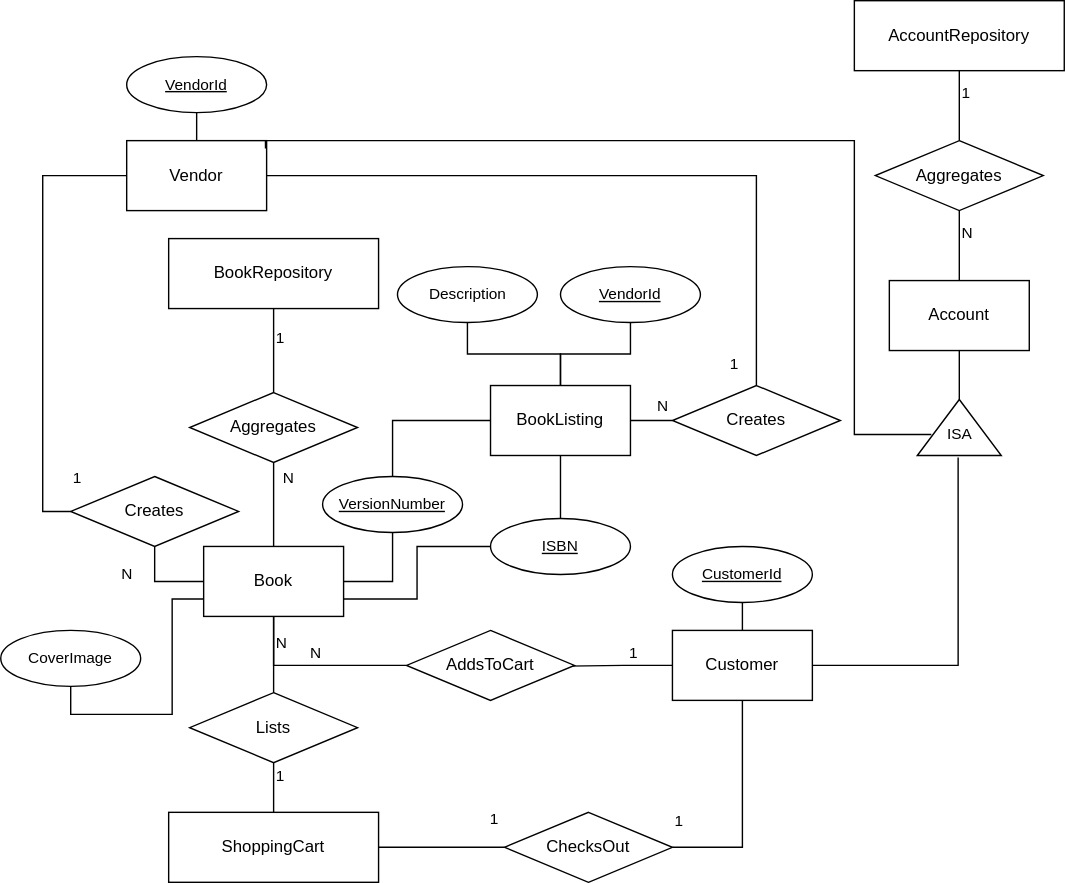
mfurqan26/SYSC4806_Project keeps this draw.io diagram as docs/er_diagram.svg. Above is the earlier version. Source tidied: cells renumbered, new cells last; positions are measured from the earlier drawing's top-left corner, leaving out a move shared by most shapes.
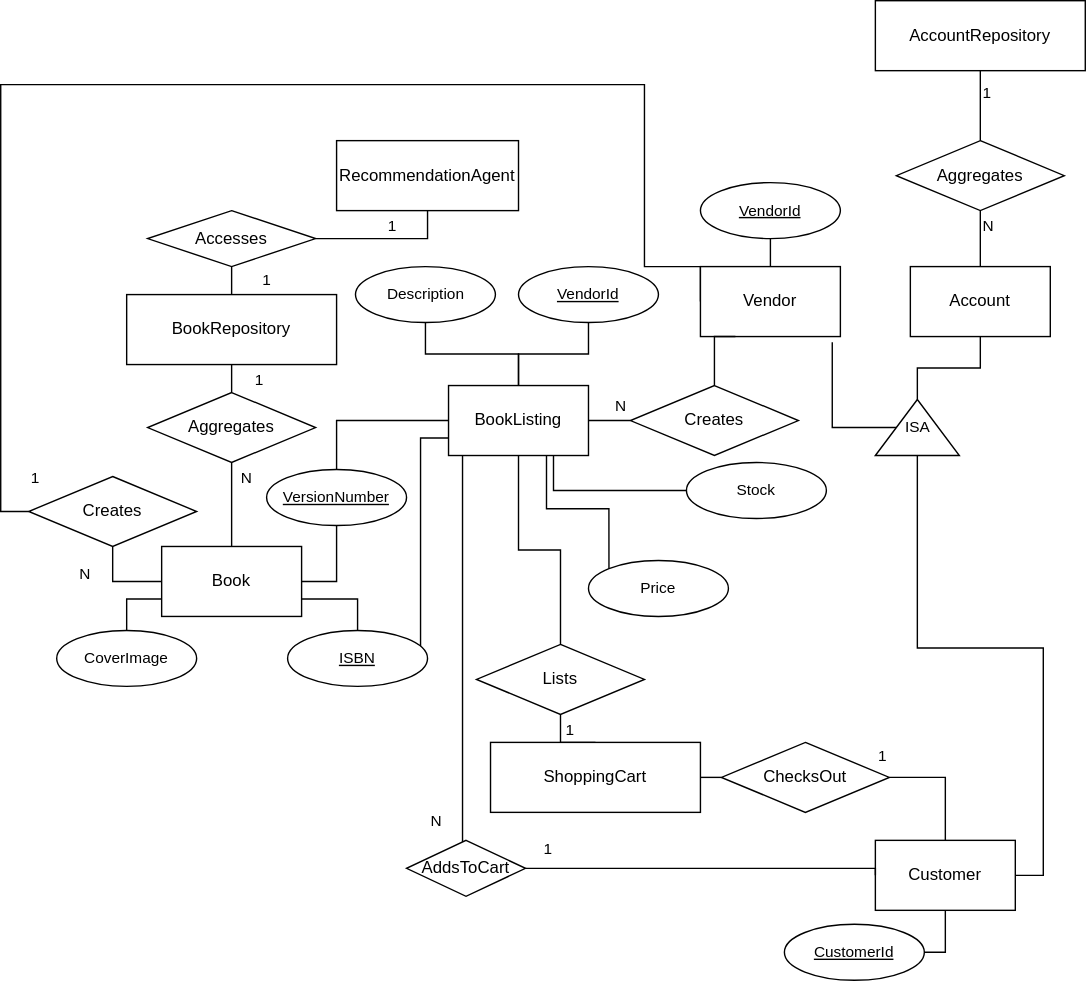
After the commit.

What changed in the source:
```diff
@@ -8,3 +8,3 @@
     <mxCell id="3" value="Aggregates" style="shape=rhombus;html=1;dashed=0;whiteSpace=wrap;perimeter=rhombusPerimeter;" parent="1" vertex="1">
-      <mxGeometry x="625" y="100" width="120" height="50" as="geometry" />
+      <mxGeometry x="670" y="100" width="120" height="50" as="geometry" />
     </mxCell>
@@ -14,3 +14,3 @@
     <mxCell id="5" value="Account" style="html=1;dashed=0;whiteSpace=wrap;" parent="1" vertex="1">
-      <mxGeometry x="635" y="200" width="100" height="50" as="geometry" />
+      <mxGeometry x="680" y="190" width="100" height="50" as="geometry" />
     </mxCell>
@@ -20,3 +20,3 @@
     <mxCell id="7" value="AccountRepository" style="html=1;dashed=0;whiteSpace=wrap;" parent="1" vertex="1">
-      <mxGeometry x="610" width="150" height="50" as="geometry" />
+      <mxGeometry x="655" width="150" height="50" as="geometry" />
     </mxCell>
@@ -28,5 +28,2 @@
     </mxCell>
-    <mxCell id="10" value="N" style="edgeStyle=orthogonalEdgeStyle;shape=connector;rounded=0;jettySize=auto;html=1;exitX=0.5;exitY=1;exitDx=0;exitDy=0;entryX=0.5;entryY=0;entryDx=0;entryDy=0;labelBackgroundColor=default;strokeColor=default;fontFamily=Helvetica;fontSize=11;fontColor=default;endArrow=none;endFill=0;labelPosition=right;verticalLabelPosition=top;align=left;verticalAlign=bottom;" parent="1" edge="1" source="13" target="20">
-      <mxGeometry relative="1" as="geometry" />
-    </mxCell>
     <mxCell id="11" style="edgeStyle=orthogonalEdgeStyle;shape=connector;rounded=0;jettySize=auto;html=1;exitX=1;exitY=0.5;exitDx=0;exitDy=0;labelBackgroundColor=default;strokeColor=default;fontFamily=Helvetica;fontSize=11;fontColor=default;endArrow=none;endFill=0;entryX=0.5;entryY=1;entryDx=0;entryDy=0;" parent="1" edge="1" source="13" target="32">
@@ -41,6 +38,6 @@
     <mxCell id="14" value="1" style="edgeStyle=orthogonalEdgeStyle;rounded=0;jettySize=auto;html=1;exitX=0.5;exitY=1;exitDx=0;exitDy=0;endArrow=none;endFill=0;entryX=0.5;entryY=0;entryDx=0;entryDy=0;labelPosition=right;verticalLabelPosition=top;align=left;verticalAlign=bottom;" parent="1" edge="1" source="15" target="9">
-      <mxGeometry relative="1" as="geometry" />
+      <mxGeometry x="1" y="15" relative="1" as="geometry" />
     </mxCell>
     <mxCell id="15" value="BookRepository" style="html=1;dashed=0;whiteSpace=wrap;" parent="1" vertex="1">
-      <mxGeometry x="120" y="170" width="150" height="50" as="geometry" />
+      <mxGeometry x="120" y="210" width="150" height="50" as="geometry" />
     </mxCell>
@@ -54,3 +51,3 @@
       <mxGeometry x="0.38" relative="1" as="geometry">
-        <mxPoint x="15" y="-12" as="offset" />
+        <mxPoint x="64" y="-5" as="offset" />
       </mxGeometry>
@@ -58,17 +55,8 @@
     <mxCell id="19" value="ShoppingCart" style="html=1;dashed=0;whiteSpace=wrap;" parent="1" vertex="1">
-      <mxGeometry x="120" y="580" width="150" height="50" as="geometry" />
+      <mxGeometry x="380" y="530" width="150" height="50" as="geometry" />
     </mxCell>
     <mxCell id="20" value="Lists" style="shape=rhombus;html=1;dashed=0;whiteSpace=wrap;perimeter=rhombusPerimeter;" parent="1" vertex="1">
-      <mxGeometry x="135" y="494.5" width="120" height="50" as="geometry" />
+      <mxGeometry x="370" y="460" width="120" height="50" as="geometry" />
     </mxCell>
-    <mxCell id="21" style="edgeStyle=orthogonalEdgeStyle;shape=connector;rounded=0;jettySize=auto;html=1;exitX=0;exitY=0.5;exitDx=0;exitDy=0;entryX=0.958;entryY=0.51;entryDx=0;entryDy=0;entryPerimeter=0;labelBackgroundColor=default;strokeColor=default;fontFamily=Helvetica;fontSize=11;fontColor=default;endArrow=none;endFill=0;" parent="1" edge="1" source="25" target="27">
-      <mxGeometry relative="1" as="geometry" />
-    </mxCell>
-    <mxCell id="22" value="1" style="edgeLabel;html=1;align=center;verticalAlign=bottom;fontSize=11;fontFamily=Helvetica;fontColor=default;labelPosition=center;verticalLabelPosition=top;" parent="21" vertex="1">
-      <mxGeometry x="-0.26" y="-1" relative="1" as="geometry" />
-    </mxCell>
-    <mxCell id="23" style="edgeStyle=orthogonalEdgeStyle;shape=connector;rounded=0;jettySize=auto;html=1;entryX=0.5;entryY=1;entryDx=0;entryDy=0;labelBackgroundColor=default;strokeColor=default;fontFamily=Helvetica;fontSize=11;fontColor=default;endArrow=none;endFill=0;" parent="1" edge="1" source="25" target="49">
-      <mxGeometry relative="1" as="geometry" />
-    </mxCell>
-    <mxCell id="24" style="edgeStyle=orthogonalEdgeStyle;shape=connector;rounded=0;jettySize=auto;html=1;exitX=1;exitY=0.5;exitDx=0;exitDy=0;entryX=0.479;entryY=1.05;entryDx=0;entryDy=0;entryPerimeter=0;labelBackgroundColor=default;strokeColor=default;fontFamily=Helvetica;fontSize=11;fontColor=default;endArrow=none;endFill=0;" parent="1" edge="1" source="25" target="55">
+    <mxCell id="24" style="edgeStyle=orthogonalEdgeStyle;shape=connector;rounded=0;jettySize=auto;html=1;exitX=1;exitY=0.5;exitDx=0;exitDy=0;labelBackgroundColor=default;strokeColor=default;fontFamily=Helvetica;fontSize=11;fontColor=default;endArrow=none;endFill=0;entryX=0;entryY=0.5;entryDx=0;entryDy=0;" parent="1" edge="1" source="25" target="53">
       <mxGeometry relative="1" as="geometry" />
@@ -76,28 +64,54 @@
     <mxCell id="25" value="Customer" style="html=1;dashed=0;whiteSpace=wrap;" parent="1" vertex="1">
-      <mxGeometry x="480" y="450" width="100" height="50" as="geometry" />
+      <mxGeometry x="655" y="600" width="100" height="50" as="geometry" />
     </mxCell>
-    <mxCell id="26" value="N" style="edgeStyle=orthogonalEdgeStyle;shape=connector;rounded=0;jettySize=auto;html=1;exitX=0;exitY=0.5;exitDx=0;exitDy=0;labelBackgroundColor=default;strokeColor=default;fontFamily=Helvetica;fontSize=11;fontColor=default;endArrow=none;endFill=0;labelPosition=center;verticalLabelPosition=top;align=center;verticalAlign=bottom;" parent="1" edge="1" source="27" target="13">
-      <mxGeometry relative="1" as="geometry" />
-    </mxCell>
+    <mxCell id="56" style="edgeStyle=orthogonalEdgeStyle;shape=connector;rounded=0;jettySize=auto;html=1;entryX=0;entryY=0.5;entryDx=0;entryDy=0;labelBackgroundColor=default;strokeColor=default;fontFamily=Helvetica;fontSize=11;fontColor=default;endArrow=none;endFill=0;" parent="1" edge="1" source="27" target="25">
+      <mxGeometry relative="1" as="geometry">
+        <Array as="points">
+          <mxPoint x="655" y="620" />
+        </Array>
+      </mxGeometry>
+    </mxCell>
+    <mxCell id="47" value="1" style="edgeLabel;html=1;align=center;verticalAlign=middle;fontSize=11;fontFamily=Helvetica;fontColor=default;" parent="56" vertex="1">
+      <mxGeometry x="-0.65" y="3" relative="1" as="geometry">
+        <mxPoint x="-29" y="-12" as="offset" />
+      </mxGeometry>
+    </mxCell>
+    <mxCell id="57" style="edgeStyle=orthogonalEdgeStyle;shape=connector;rounded=0;jettySize=auto;html=1;entryX=0.058;entryY=1.013;entryDx=0;entryDy=0;entryPerimeter=0;labelBackgroundColor=default;strokeColor=default;fontFamily=Helvetica;fontSize=11;fontColor=default;endArrow=none;endFill=0;" parent="1" edge="1" source="27" target="39">
+      <mxGeometry relative="1" as="geometry">
+        <Array as="points">
+          <mxPoint x="360" y="520" />
+          <mxPoint x="360" y="520" />
+        </Array>
+      </mxGeometry>
+    </mxCell>
+    <mxCell id="58" value="N" style="edgeLabel;html=1;align=center;verticalAlign=middle;fontSize=11;fontFamily=Helvetica;fontColor=default;" parent="57" vertex="1">
+      <mxGeometry x="-0.88" y="-4" relative="1" as="geometry">
+        <mxPoint x="-24" as="offset" />
+      </mxGeometry>
+    </mxCell>
     <mxCell id="27" value="AddsToCart" style="shape=rhombus;html=1;dashed=0;whiteSpace=wrap;perimeter=rhombusPerimeter;" parent="1" vertex="1">
-      <mxGeometry x="290" y="450" width="120" height="50" as="geometry" />
+      <mxGeometry x="320" y="600" width="85" height="40" as="geometry" />
     </mxCell>
-    <mxCell id="28" style="edgeStyle=orthogonalEdgeStyle;shape=connector;rounded=0;jettySize=auto;html=1;exitX=1;exitY=0.5;exitDx=0;exitDy=0;entryX=0.5;entryY=1;entryDx=0;entryDy=0;labelBackgroundColor=default;strokeColor=default;fontFamily=Helvetica;fontSize=11;fontColor=default;endArrow=none;endFill=0;labelPosition=right;verticalLabelPosition=top;align=left;verticalAlign=bottom;" parent="1" edge="1" source="30" target="25">
-      <mxGeometry relative="1" as="geometry" />
+    <mxCell id="28" value="1" style="edgeStyle=orthogonalEdgeStyle;shape=connector;rounded=0;jettySize=auto;html=1;exitX=1;exitY=0.5;exitDx=0;exitDy=0;labelBackgroundColor=default;strokeColor=default;fontFamily=Helvetica;fontSize=11;fontColor=default;endArrow=none;endFill=0;" parent="1" edge="1" source="30" target="25">
+      <mxGeometry x="-1" y="16" relative="1" as="geometry">
+        <mxPoint x="-5" y="1" as="offset" />
+      </mxGeometry>
     </mxCell>
-    <mxCell id="29" value="1" style="edgeLabel;html=1;align=left;verticalAlign=bottom;fontSize=11;fontFamily=Helvetica;fontColor=default;labelPosition=right;verticalLabelPosition=top;" parent="28" vertex="1">
-      <mxGeometry x="-0.08" relative="1" as="geometry">
-        <mxPoint x="-50" y="11" as="offset" />
-      </mxGeometry>
-    </mxCell>
     <mxCell id="30" value="&lt;div&gt;ChecksOut&lt;/div&gt;" style="shape=rhombus;html=1;dashed=0;whiteSpace=wrap;perimeter=rhombusPerimeter;" parent="1" vertex="1">
-      <mxGeometry x="360" y="580" width="120" height="50" as="geometry" />
+      <mxGeometry x="545" y="530" width="120" height="50" as="geometry" />
     </mxCell>
+    <mxCell id="59" style="edgeStyle=orthogonalEdgeStyle;shape=connector;rounded=0;jettySize=auto;html=1;entryX=0;entryY=0.75;entryDx=0;entryDy=0;labelBackgroundColor=default;strokeColor=default;fontFamily=Helvetica;fontSize=11;fontColor=default;endArrow=none;endFill=0;" parent="1" edge="1" source="31" target="39">
+      <mxGeometry relative="1" as="geometry">
+        <Array as="points">
+          <mxPoint x="330" y="313" />
+        </Array>
+      </mxGeometry>
+    </mxCell>
     <mxCell id="31" value="ISBN" style="ellipse;whiteSpace=wrap;html=1;align=center;fontStyle=4;fontFamily=Helvetica;fontSize=11;fontColor=default;" parent="1" vertex="1">
-      <mxGeometry x="350" y="370" width="100" height="40" as="geometry" />
+      <mxGeometry x="235" y="450" width="100" height="40" as="geometry" />
     </mxCell>
     <mxCell id="32" value="VersionNumber" style="ellipse;whiteSpace=wrap;html=1;align=center;fontStyle=4;fontFamily=Helvetica;fontSize=11;fontColor=default;" parent="1" vertex="1">
-      <mxGeometry x="230" y="340" width="100" height="40" as="geometry" />
+      <mxGeometry x="220" y="335" width="100" height="40" as="geometry" />
     </mxCell>
-    <mxCell id="33" style="edgeStyle=orthogonalEdgeStyle;shape=connector;rounded=0;jettySize=auto;html=1;exitX=0.5;exitY=1;exitDx=0;exitDy=0;entryX=0;entryY=0.75;entryDx=0;entryDy=0;labelBackgroundColor=default;strokeColor=default;fontFamily=Helvetica;fontSize=11;fontColor=default;endArrow=none;endFill=0;" parent="1" edge="1" source="34" target="13">
+    <mxCell id="33" style="edgeStyle=orthogonalEdgeStyle;shape=connector;rounded=0;jettySize=auto;html=1;entryX=0;entryY=0.75;entryDx=0;entryDy=0;labelBackgroundColor=default;strokeColor=default;fontFamily=Helvetica;fontSize=11;fontColor=default;endArrow=none;endFill=0;" parent="1" edge="1" source="34" target="13">
       <mxGeometry relative="1" as="geometry" />
@@ -105,7 +119,4 @@
     <mxCell id="34" value="CoverImage" style="ellipse;whiteSpace=wrap;html=1;align=center;fontFamily=Helvetica;fontSize=11;fontColor=default;" parent="1" vertex="1">
-      <mxGeometry y="450" width="100" height="40" as="geometry" />
+      <mxGeometry x="70" y="450" width="100" height="40" as="geometry" />
     </mxCell>
-    <mxCell id="35" style="edgeStyle=orthogonalEdgeStyle;shape=connector;rounded=0;jettySize=auto;html=1;exitX=0.5;exitY=1;exitDx=0;exitDy=0;entryX=0.5;entryY=0;entryDx=0;entryDy=0;labelBackgroundColor=default;strokeColor=default;fontFamily=Helvetica;fontSize=11;fontColor=default;endArrow=none;endFill=0;" parent="1" edge="1" source="39" target="31">
-      <mxGeometry relative="1" as="geometry" />
-    </mxCell>
     <mxCell id="36" style="edgeStyle=orthogonalEdgeStyle;shape=connector;rounded=0;jettySize=auto;html=1;entryX=0.5;entryY=0;entryDx=0;entryDy=0;labelBackgroundColor=default;strokeColor=default;fontFamily=Helvetica;fontSize=11;fontColor=default;endArrow=none;endFill=0;" parent="1" edge="1" source="39" target="32">
@@ -119,2 +130,16 @@
     </mxCell>
+    <mxCell id="60" style="edgeStyle=orthogonalEdgeStyle;shape=connector;rounded=0;jettySize=auto;html=1;exitX=0.75;exitY=1;exitDx=0;exitDy=0;entryX=0;entryY=0.5;entryDx=0;entryDy=0;labelBackgroundColor=default;strokeColor=default;fontFamily=Helvetica;fontSize=11;fontColor=default;endArrow=none;endFill=0;" parent="1" edge="1" source="39" target="69">
+      <mxGeometry relative="1" as="geometry" />
+    </mxCell>
+    <mxCell id="61" style="edgeStyle=orthogonalEdgeStyle;shape=connector;rounded=0;jettySize=auto;html=1;entryX=0;entryY=0;entryDx=0;entryDy=0;labelBackgroundColor=default;strokeColor=default;fontFamily=Helvetica;fontSize=11;fontColor=default;endArrow=none;endFill=0;" parent="1" edge="1" source="39" target="70">
+      <mxGeometry relative="1" as="geometry">
+        <Array as="points">
+          <mxPoint x="420" y="363" />
+          <mxPoint x="465" y="363" />
+        </Array>
+      </mxGeometry>
+    </mxCell>
+    <mxCell id="62" style="edgeStyle=orthogonalEdgeStyle;shape=connector;rounded=0;jettySize=auto;html=1;entryX=0.5;entryY=0;entryDx=0;entryDy=0;labelBackgroundColor=default;strokeColor=default;fontFamily=Helvetica;fontSize=11;fontColor=default;endArrow=none;endFill=0;" parent="1" edge="1" source="39" target="20">
+      <mxGeometry relative="1" as="geometry" />
+    </mxCell>
     <mxCell id="39" value="BookListing" style="html=1;dashed=0;whiteSpace=wrap;" parent="1" vertex="1">
@@ -137,3 +162,6 @@
         <Array as="points">
-          <mxPoint x="30" y="125" />
+          <mxPoint x="530" y="190" />
+          <mxPoint x="490" y="190" />
+          <mxPoint x="490" y="60" />
+          <mxPoint x="30" y="60" />
           <mxPoint x="30" y="365" />
@@ -143,12 +171,11 @@
     <mxCell id="45" value="Vendor" style="html=1;dashed=0;whiteSpace=wrap;" parent="1" vertex="1">
-      <mxGeometry x="90" y="100" width="100" height="50" as="geometry" />
+      <mxGeometry x="530" y="190" width="100" height="50" as="geometry" />
     </mxCell>
-    <mxCell id="46" style="edgeStyle=orthogonalEdgeStyle;shape=connector;rounded=0;jettySize=auto;html=1;exitX=0.5;exitY=0;exitDx=0;exitDy=0;entryX=1;entryY=0.5;entryDx=0;entryDy=0;labelBackgroundColor=default;strokeColor=default;fontFamily=Helvetica;fontSize=11;fontColor=default;endArrow=none;endFill=0;" parent="1" edge="1" source="48" target="45">
-      <mxGeometry relative="1" as="geometry" />
+    <mxCell id="46" style="edgeStyle=orthogonalEdgeStyle;shape=connector;rounded=0;jettySize=auto;html=1;entryX=0.25;entryY=1;entryDx=0;entryDy=0;labelBackgroundColor=default;strokeColor=default;fontFamily=Helvetica;fontSize=11;fontColor=default;endArrow=none;endFill=0;" parent="1" edge="1" source="48" target="45">
+      <mxGeometry relative="1" as="geometry">
+        <Array as="points">
+          <mxPoint x="540" y="240" />
+        </Array>
+      </mxGeometry>
     </mxCell>
-    <mxCell id="47" value="1" style="edgeLabel;html=1;align=center;verticalAlign=middle;fontSize=11;fontFamily=Helvetica;fontColor=default;" parent="46" vertex="1">
-      <mxGeometry x="-0.1" y="3" relative="1" as="geometry">
-        <mxPoint x="58" y="132" as="offset" />
-      </mxGeometry>
-    </mxCell>
     <mxCell id="48" value="Creates" style="shape=rhombus;html=1;dashed=0;whiteSpace=wrap;perimeter=rhombusPerimeter;" parent="1" vertex="1">
@@ -156,7 +183,10 @@
     </mxCell>
+    <mxCell id="63" style="edgeStyle=orthogonalEdgeStyle;shape=connector;rounded=0;jettySize=auto;html=1;exitX=1;exitY=0.5;exitDx=0;exitDy=0;entryX=0.5;entryY=1;entryDx=0;entryDy=0;labelBackgroundColor=default;strokeColor=default;fontFamily=Helvetica;fontSize=11;fontColor=default;endArrow=none;endFill=0;" parent="1" edge="1" source="49" target="25">
+      <mxGeometry relative="1" as="geometry" />
+    </mxCell>
     <mxCell id="49" value="CustomerId" style="ellipse;whiteSpace=wrap;html=1;align=center;fontStyle=4;fontFamily=Helvetica;fontSize=11;fontColor=default;" parent="1" vertex="1">
-      <mxGeometry x="480" y="390" width="100" height="40" as="geometry" />
+      <mxGeometry x="590" y="660" width="100" height="40" as="geometry" />
     </mxCell>
     <mxCell id="50" value="VendorId" style="ellipse;whiteSpace=wrap;html=1;align=center;fontStyle=4;fontFamily=Helvetica;fontSize=11;fontColor=default;" parent="1" vertex="1">
-      <mxGeometry x="90" y="40" width="100" height="40" as="geometry" />
+      <mxGeometry x="530" y="130" width="100" height="40" as="geometry" />
     </mxCell>
@@ -168,2 +198,5 @@
     </mxCell>
+    <mxCell id="64" style="edgeStyle=orthogonalEdgeStyle;shape=connector;rounded=0;jettySize=auto;html=1;entryX=0.942;entryY=1.08;entryDx=0;entryDy=0;entryPerimeter=0;labelBackgroundColor=default;strokeColor=default;fontFamily=Helvetica;fontSize=11;fontColor=default;endArrow=none;endFill=0;" parent="1" edge="1" source="53" target="45">
+      <mxGeometry relative="1" as="geometry" />
+    </mxCell>
     <mxCell id="53" style="triangle;whiteSpace=wrap;html=1;fontFamily=Helvetica;fontSize=11;fontColor=default;rotation=-90;verticalAlign=middle;textDirection=rtl;" parent="1" vertex="1">
@@ -171,14 +204,23 @@
     </mxCell>
-    <mxCell id="54" style="edgeStyle=orthogonalEdgeStyle;shape=connector;rounded=0;jettySize=auto;html=1;labelBackgroundColor=default;strokeColor=default;fontFamily=Helvetica;fontSize=11;fontColor=default;endArrow=none;endFill=0;entryX=0.992;entryY=0.113;entryDx=0;entryDy=0;entryPerimeter=0;" parent="1" edge="1" source="55" target="45">
-      <mxGeometry relative="1" as="geometry">
-        <Array as="points">
-          <mxPoint x="610" y="310" />
-          <mxPoint x="610" y="100" />
-          <mxPoint x="189" y="100" />
-        </Array>
-      </mxGeometry>
-    </mxCell>
     <mxCell id="55" value="ISA" style="text;html=1;align=center;verticalAlign=middle;points=[];strokeColor=none;fillColor=none;fontSize=11;fontFamily=Helvetica;fontColor=default;" parent="1" vertex="1">
-      <mxGeometry x="665" y="295" width="40" height="30" as="geometry" />
+      <mxGeometry x="665" y="290" width="40" height="30" as="geometry" />
     </mxCell>
+    <mxCell id="65" value="RecommendationAgent" style="html=1;dashed=0;whiteSpace=wrap;" parent="1" vertex="1">
+      <mxGeometry x="270" y="100" width="130" height="50" as="geometry" />
+    </mxCell>
+    <mxCell id="66" value="1" style="edgeStyle=orthogonalEdgeStyle;shape=connector;rounded=0;jettySize=auto;html=1;entryX=0.5;entryY=0;entryDx=0;entryDy=0;labelBackgroundColor=default;strokeColor=default;fontFamily=Helvetica;fontSize=11;fontColor=default;endArrow=none;endFill=0;" parent="1" edge="1" source="68" target="15">
+      <mxGeometry x="0.67" y="25" relative="1" as="geometry" />
+    </mxCell>
+    <mxCell id="67" value="1" style="edgeStyle=orthogonalEdgeStyle;shape=connector;rounded=0;jettySize=auto;html=1;entryX=0.5;entryY=1;entryDx=0;entryDy=0;labelBackgroundColor=default;strokeColor=default;fontFamily=Helvetica;fontSize=11;fontColor=default;endArrow=none;endFill=0;labelPosition=right;verticalLabelPosition=top;align=left;verticalAlign=bottom;" parent="1" edge="1" source="68" target="65">
+      <mxGeometry relative="1" as="geometry" />
+    </mxCell>
+    <mxCell id="68" value="Accesses" style="shape=rhombus;html=1;dashed=0;whiteSpace=wrap;perimeter=rhombusPerimeter;" parent="1" vertex="1">
+      <mxGeometry x="135" y="150" width="120" height="40" as="geometry" />
+    </mxCell>
+    <mxCell id="69" value="Stock" style="ellipse;whiteSpace=wrap;html=1;align=center;fontFamily=Helvetica;fontSize=11;fontColor=default;" parent="1" vertex="1">
+      <mxGeometry x="520" y="330" width="100" height="40" as="geometry" />
+    </mxCell>
+    <mxCell id="70" value="Price" style="ellipse;whiteSpace=wrap;html=1;align=center;fontFamily=Helvetica;fontSize=11;fontColor=default;" parent="1" vertex="1">
+      <mxGeometry x="450" y="400" width="100" height="40" as="geometry" />
+    </mxCell>
   </root>
```
